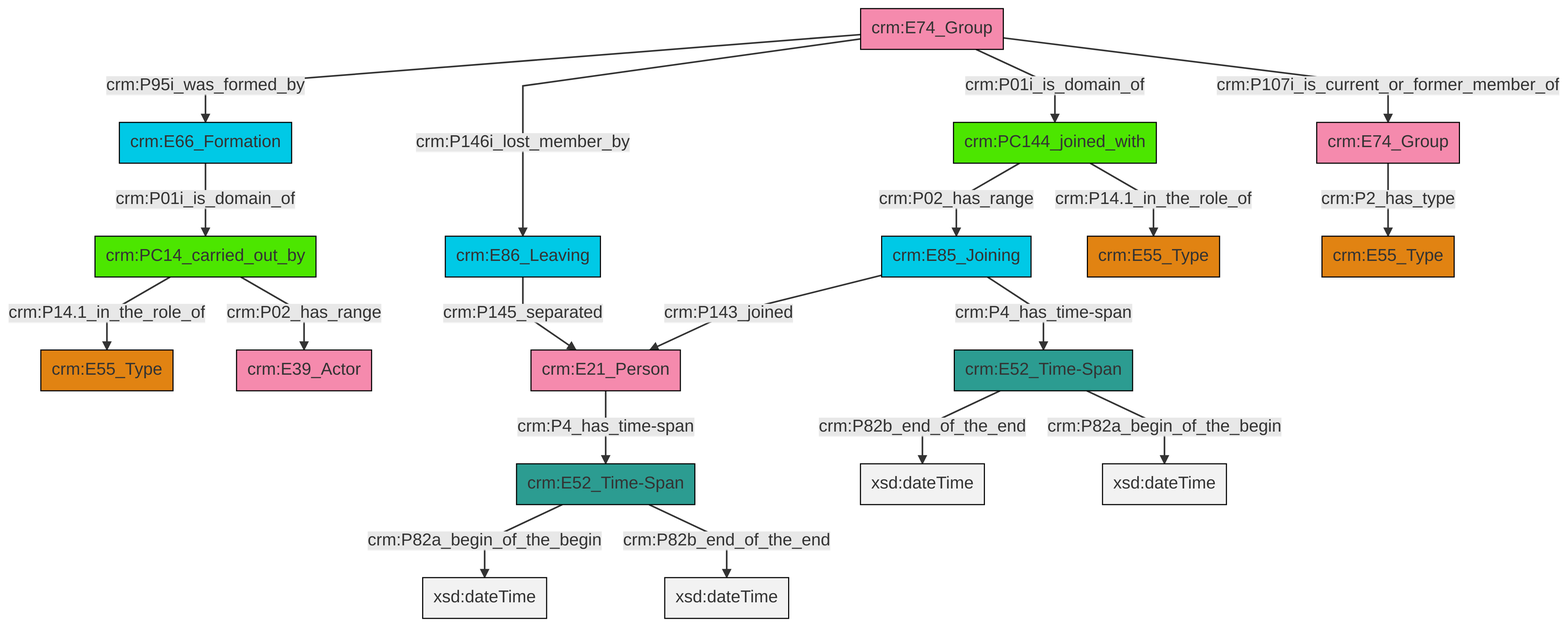
swiss-art-research-net/docs.swissartresearch keeps this Mermaid diagram as et/groupCSV/ttl/mmd/png/group_actor_relations.png. Above is the earlier version. Its source is kept beside it as et/groupCSV/ttl/mmd/group_actor_relations.ttl.mmd.
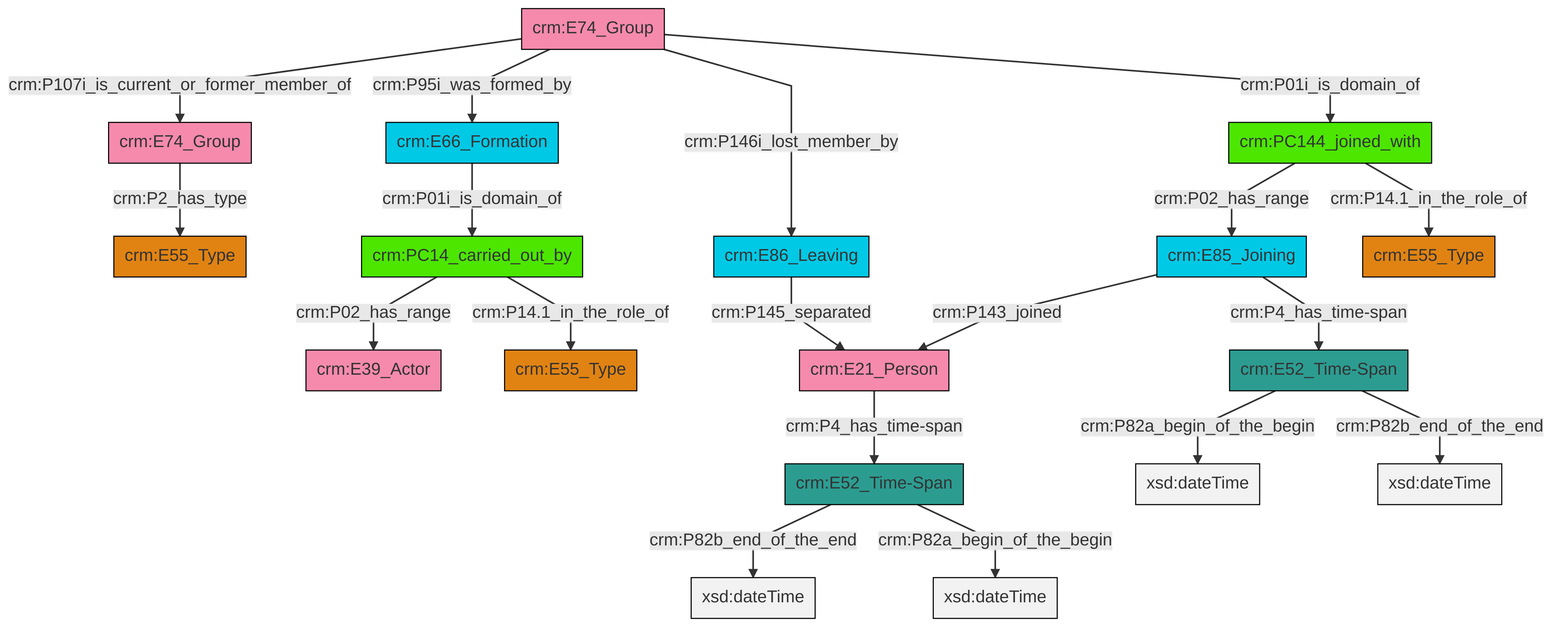
Later version of the same file.

What changed in the source:
```diff
@@ -13,21 +13,21 @@
 classDef PC_Classes fill:#4ce600, stroke:#000000;
 classDef Multi fill:#cccccc,stroke:#000000;
 
-4["crm:E21_Person"]:::Actor -->|crm:P4_has_time-span| 2["crm:E52_Time-Span"]:::Time-Span
-5["crm:PC144_joined_with"]:::PC_Classes -->|crm:P02_has_range| 6["crm:E85_Joining"]:::Temporal_Entity
-7["crm:E52_Time-Span"]:::Time-Span -->|crm:P82b_end_of_the_end| 8[xsd:dateTime]:::Literal
-7["crm:E52_Time-Span"]:::Time-Span -->|crm:P82a_begin_of_the_begin| 14[xsd:dateTime]:::Literal
-2["crm:E52_Time-Span"]:::Time-Span -->|crm:P82a_begin_of_the_begin| 15[xsd:dateTime]:::Literal
-18["crm:PC14_carried_out_by"]:::PC_Classes -->|crm:P14.1_in_the_role_of| 0["crm:E55_Type"]:::Type
-20["crm:E74_Group"]:::Actor -->|crm:P2_has_type| 16["crm:E55_Type"]:::Type
-6["crm:E85_Joining"]:::Temporal_Entity -->|crm:P143_joined| 4["crm:E21_Person"]:::Actor
-5["crm:PC144_joined_with"]:::PC_Classes -->|crm:P14.1_in_the_role_of| 9["crm:E55_Type"]:::Type
-21["crm:E74_Group"]:::Actor -->|crm:P95i_was_formed_by| 22["crm:E66_Formation"]:::Temporal_Entity
-6["crm:E85_Joining"]:::Temporal_Entity -->|crm:P4_has_time-span| 7["crm:E52_Time-Span"]:::Time-Span
-21["crm:E74_Group"]:::Actor -->|crm:P146i_lost_member_by| 25["crm:E86_Leaving"]:::Temporal_Entity
-25["crm:E86_Leaving"]:::Temporal_Entity -->|crm:P145_separated| 4["crm:E21_Person"]:::Actor
-18["crm:PC14_carried_out_by"]:::PC_Classes -->|crm:P02_has_range| 28["crm:E39_Actor"]:::Actor
-2["crm:E52_Time-Span"]:::Time-Span -->|crm:P82b_end_of_the_end| 30[xsd:dateTime]:::Literal
-21["crm:E74_Group"]:::Actor -->|crm:P01i_is_domain_of| 5["crm:PC144_joined_with"]:::PC_Classes
-21["crm:E74_Group"]:::Actor -->|crm:P107i_is_current_or_former_member_of| 20["crm:E74_Group"]:::Actor
-22["crm:E66_Formation"]:::Temporal_Entity -->|crm:P01i_is_domain_of| 18["crm:PC14_carried_out_by"]:::PC_Classes
+8["crm:E74_Group"]:::Actor -->|crm:P107i_is_current_or_former_member_of| 9["crm:E74_Group"]:::Actor
+2["crm:E52_Time-Span"]:::Time-Span -->|crm:P82b_end_of_the_end| 10[xsd:dateTime]:::Literal
+9["crm:E74_Group"]:::Actor -->|crm:P2_has_type| 0["crm:E55_Type"]:::Type
+13["crm:E85_Joining"]:::Temporal_Entity -->|crm:P143_joined| 11["crm:E21_Person"]:::Actor
+14["crm:PC14_carried_out_by"]:::PC_Classes -->|crm:P02_has_range| 15["crm:E39_Actor"]:::Actor
+8["crm:E74_Group"]:::Actor -->|crm:P95i_was_formed_by| 16["crm:E66_Formation"]:::Temporal_Entity
+6["crm:E52_Time-Span"]:::Time-Span -->|crm:P82a_begin_of_the_begin| 17[xsd:dateTime]:::Literal
+16["crm:E66_Formation"]:::Temporal_Entity -->|crm:P01i_is_domain_of| 14["crm:PC14_carried_out_by"]:::PC_Classes
+21["crm:PC144_joined_with"]:::PC_Classes -->|crm:P02_has_range| 13["crm:E85_Joining"]:::Temporal_Entity
+11["crm:E21_Person"]:::Actor -->|crm:P4_has_time-span| 2["crm:E52_Time-Span"]:::Time-Span
+25["crm:E86_Leaving"]:::Temporal_Entity -->|crm:P145_separated| 11["crm:E21_Person"]:::Actor
+2["crm:E52_Time-Span"]:::Time-Span -->|crm:P82a_begin_of_the_begin| 26[xsd:dateTime]:::Literal
+21["crm:PC144_joined_with"]:::PC_Classes -->|crm:P14.1_in_the_role_of| 4["crm:E55_Type"]:::Type
+14["crm:PC14_carried_out_by"]:::PC_Classes -->|crm:P14.1_in_the_role_of| 27["crm:E55_Type"]:::Type
+8["crm:E74_Group"]:::Actor -->|crm:P146i_lost_member_by| 25["crm:E86_Leaving"]:::Temporal_Entity
+8["crm:E74_Group"]:::Actor -->|crm:P01i_is_domain_of| 21["crm:PC144_joined_with"]:::PC_Classes
+6["crm:E52_Time-Span"]:::Time-Span -->|crm:P82b_end_of_the_end| 31[xsd:dateTime]:::Literal
+13["crm:E85_Joining"]:::Temporal_Entity -->|crm:P4_has_time-span| 6["crm:E52_Time-Span"]:::Time-Span
```
